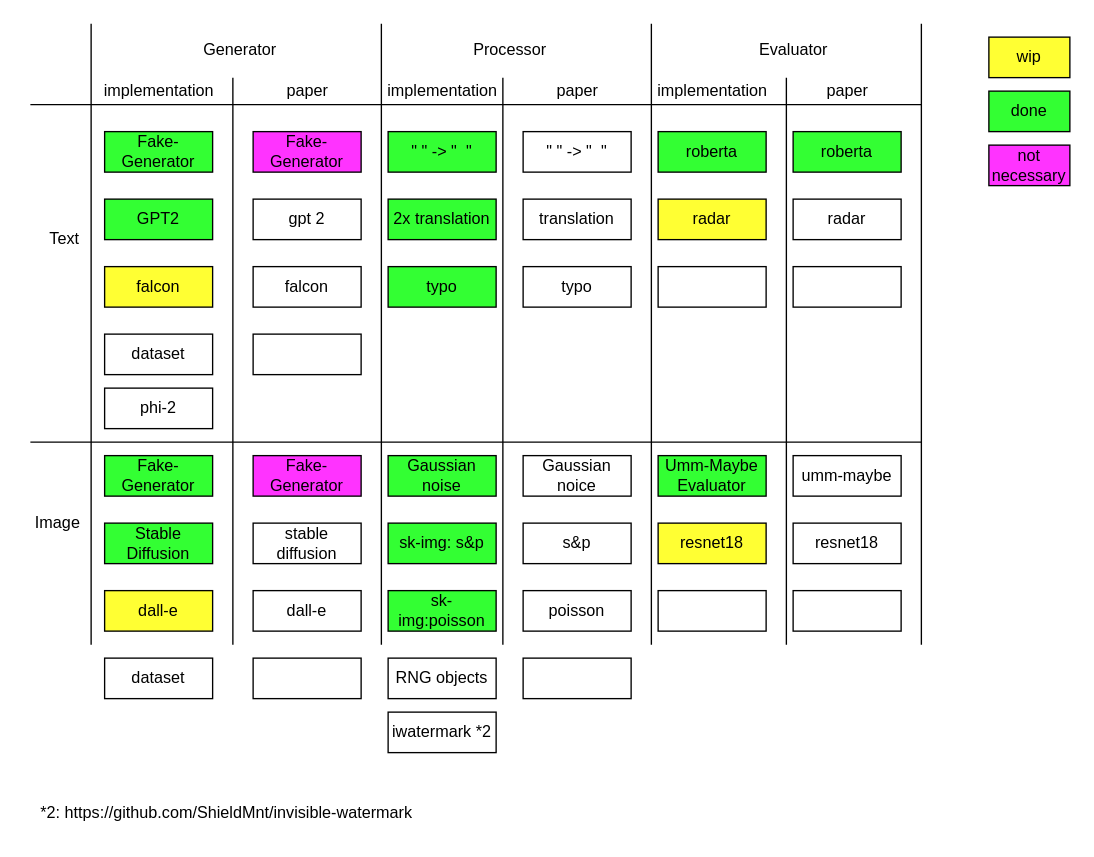
Ctrl-Alt-Defeat-Foundation-Models/informatiCup2024 keeps this draw.io diagram as documentation/Overview ImplementationPaper.drawio. Above is the earlier version. Source tidied: cells renumbered, new cells numbered last; positions are measured from the earlier drawing's top-left corner, leaving out a move shared by most shapes. Both pictures are drawn from the tidied source at 135%, with x=0, y=0 at pixel (23, 23).
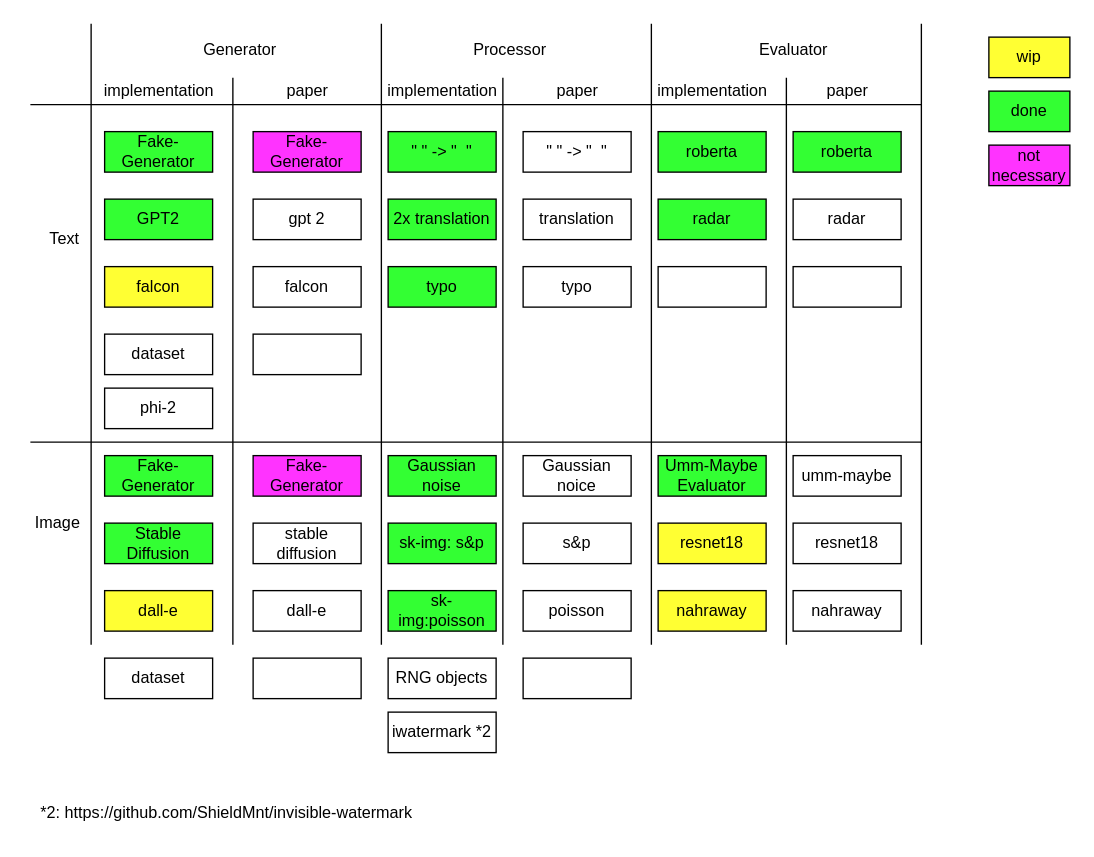
The same diagram, later.

Diff of the diagram source:
```diff
@@
-    <mxCell id="15" value="radar" style="rounded=0;whiteSpace=wrap;html=1;fillColor=#FFFF33;" parent="1" vertex="1">
+    <mxCell id="15" value="radar" style="rounded=0;whiteSpace=wrap;html=1;fillColor=#33FF33;" parent="1" vertex="1">
       <mxGeometry x="470" y="130" width="80" height="30" as="geometry" />
     </mxCell>
@@
-    <mxCell id="23" style="rounded=0;whiteSpace=wrap;html=1;" parent="1" vertex="1">
+    <mxCell id="23" value="nahraway" style="rounded=0;whiteSpace=wrap;html=1;fillColor=#FFFF33;" parent="1" vertex="1">
       <mxGeometry x="470" y="420" width="80" height="30" as="geometry" />
     </mxCell>
@@
-    <mxCell id="52" style="rounded=0;whiteSpace=wrap;html=1;" parent="1" vertex="1">
+    <mxCell id="52" value="nahraway" style="rounded=0;whiteSpace=wrap;html=1;" parent="1" vertex="1">
       <mxGeometry x="570" y="420" width="80" height="30" as="geometry" />
     </mxCell>
```
